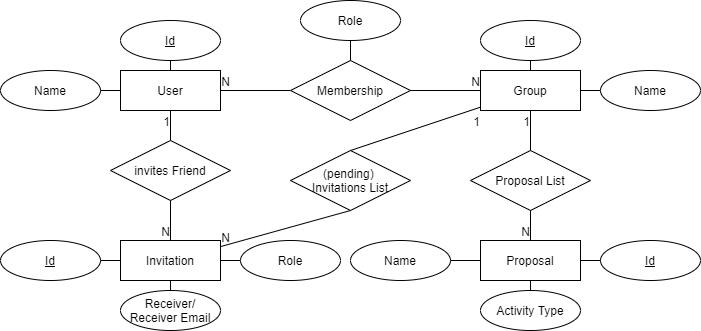
Earlier version of the draw.io export DBMS/groupSystem.png (placetobeer/documentation). Source tidied: cells renumbered, new cells last; positions are measured from the earlier drawing's top-left corner, leaving out a move shared by most shapes.
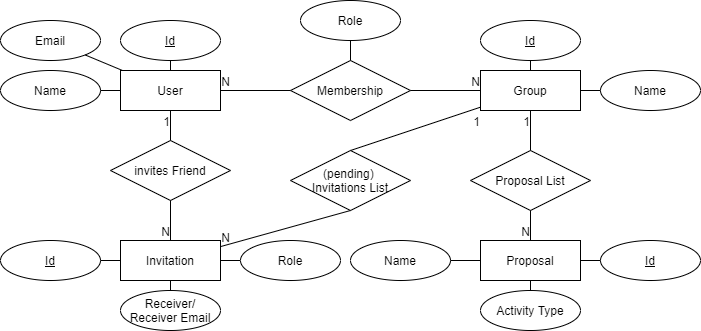
After the change.

Commit message:
reworked rDBM

What changed in the source:
```diff
@@ -150,5 +150,11 @@
     <mxCell id="47" value="Receiver/&lt;br&gt;Receiver Email" style="ellipse;whiteSpace=wrap;html=1;align=center;" parent="1" vertex="1">
       <mxGeometry x="120" y="290" width="100" height="40" as="geometry" />
     </mxCell>
+    <mxCell id="48" value="Email" style="ellipse;whiteSpace=wrap;html=1;align=center;" parent="1" vertex="1">
+      <mxGeometry y="20" width="100" height="40" as="geometry" />
+    </mxCell>
+    <mxCell id="49" style="endArrow=none;html=1;rounded=0;" parent="1" edge="1" source="48" target="2">
+      <mxGeometry relative="1" as="geometry" />
+    </mxCell>
   </root>
 </mxGraphModel>
```
